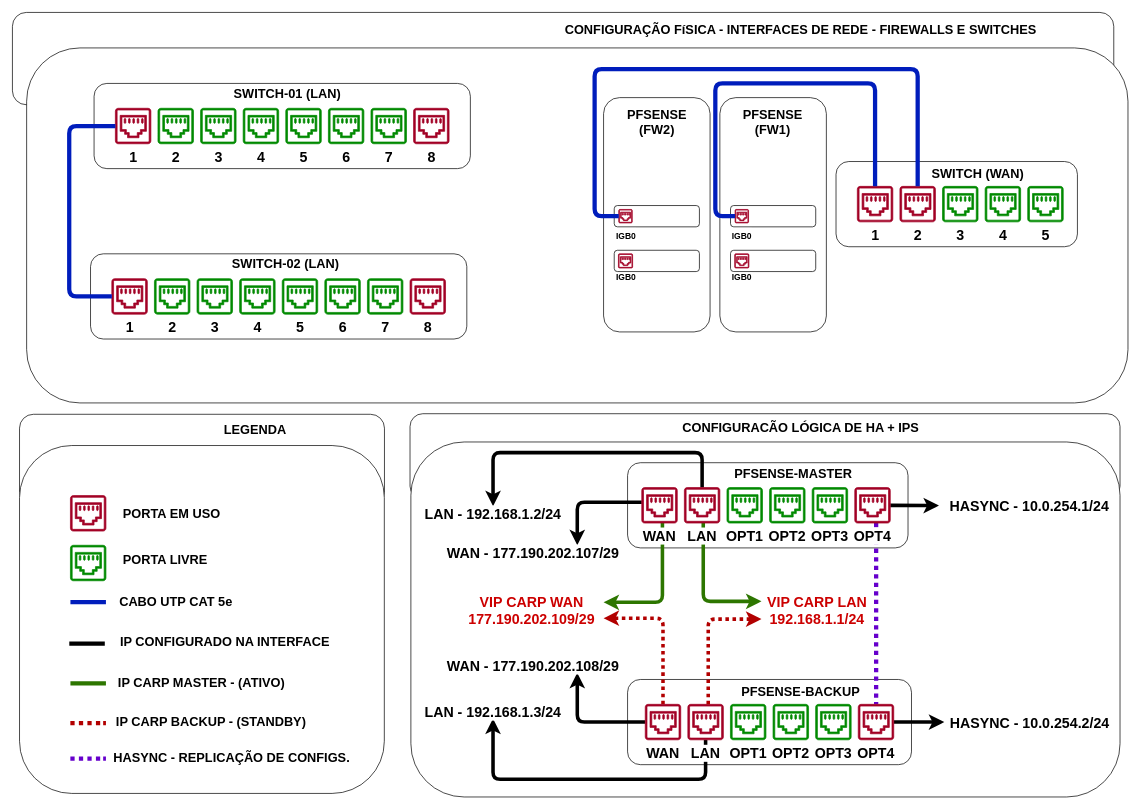
The draw.io diagram Diagrama sem nome.drawio in Igorgoncalvess/TEST, before the edit. Source tidied: cells renumbered, new cells numbered last; positions are measured from the earlier drawing's top-left corner, leaving out a move shared by most shapes. Both pictures are drawn from the tidied source at 71%, with x=0, y=0 at pixel (12, 12).
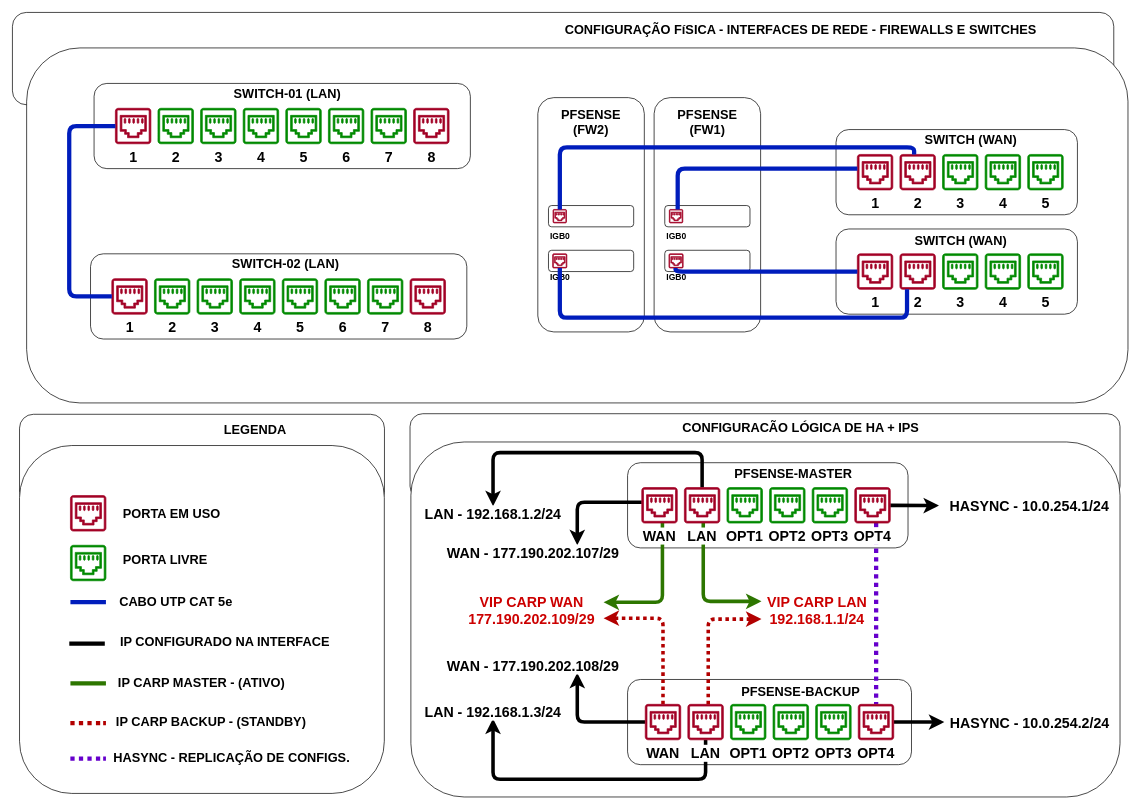
After the change.

Unchanged cells that the change refers to:
```xml
<mxCell id="96" value="IGB0" style="shadow=0;dashed=0;html=1;strokeColor=#A20025;fillColor=#a20025;labelPosition=center;verticalLabelPosition=bottom;verticalAlign=top;align=center;outlineConnect=0;shape=mxgraph.vvd.ethernet_port;fontColor=#000000;fontStyle=1;fontSize=12;labelBackgroundColor=#FFFFFF;" parent="93" vertex="1">
  <mxGeometry x="20.9" y="220" width="20" height="20" as="geometry" />
</mxCell>
<mxCell id="98" value="&lt;p style=&quot;line-height: 0%; font-size: 12px;&quot;&gt;&lt;font style=&quot;font-size: 12px;&quot;&gt;IGB0&lt;/font&gt;&lt;/p&gt;" style="shadow=0;dashed=0;html=1;strokeColor=#A20025;fillColor=#a20025;labelPosition=center;verticalLabelPosition=bottom;verticalAlign=top;align=center;outlineConnect=0;shape=mxgraph.vvd.ethernet_port;fontColor=#000000;fontStyle=1;fontSize=12;labelBackgroundColor=#FFFFFF;" parent="93" vertex="1">
  <mxGeometry x="21.4" y="157.5" width="19" height="19" as="geometry" />
</mxCell>
```

Change to the diagram source:
```diff
@@
     <mxCell id="30" style="rounded=1;whiteSpace=wrap;html=1;fontStyle=1;labelBackgroundColor=#FFFFFF;fontColor=#000000;" parent="1" vertex="1">
-      <mxGeometry x="1160" y="210" width="340" height="120" as="geometry" />
+      <mxGeometry x="1160" y="165" width="340" height="120" as="geometry" />
     </mxCell>
     <mxCell id="31" value="1" style="shadow=0;dashed=0;html=1;strokeColor=#A20025;fillColor=#a20025;labelPosition=center;verticalLabelPosition=bottom;verticalAlign=top;align=center;outlineConnect=0;shape=mxgraph.vvd.ethernet_port;fontColor=#000000;fontStyle=1;fontSize=20;labelBackgroundColor=#FFFFFF;" parent="1" vertex="1">
-      <mxGeometry x="1190" y="245" width="50" height="50" as="geometry" />
+      <mxGeometry x="1190" y="200" width="50" height="50" as="geometry" />
     </mxCell>
     <mxCell id="32" value="3" style="shadow=0;dashed=0;html=1;strokeColor=#008A00;fillColor=#008a00;labelPosition=center;verticalLabelPosition=bottom;verticalAlign=top;align=center;shape=mxgraph.vvd.ethernet_port;fontStyle=1;fontColor=#000000;fontSize=20;labelBackgroundColor=#FFFFFF;" parent="1" vertex="1">
-      <mxGeometry x="1310" y="245" width="50" height="50" as="geometry" />
+      <mxGeometry x="1310" y="200" width="50" height="50" as="geometry" />
     </mxCell>
     <mxCell id="33" value="4" style="shadow=0;dashed=0;html=1;strokeColor=#008A00;fillColor=#008a00;labelPosition=center;verticalLabelPosition=bottom;verticalAlign=top;align=center;shape=mxgraph.vvd.ethernet_port;fontStyle=1;fontColor=#000000;fontSize=20;labelBackgroundColor=#FFFFFF;" parent="1" vertex="1">
-      <mxGeometry x="1370" y="245" width="50" height="50" as="geometry" />
+      <mxGeometry x="1370" y="200" width="50" height="50" as="geometry" />
     </mxCell>
     <mxCell id="34" value="5" style="shadow=0;dashed=0;html=1;strokeColor=#008A00;fillColor=#008a00;labelPosition=center;verticalLabelPosition=bottom;verticalAlign=top;align=center;shape=mxgraph.vvd.ethernet_port;fontColor=#000000;fontStyle=1;fontSize=20;labelBackgroundColor=#FFFFFF;" parent="1" vertex="1">
-      <mxGeometry x="1430" y="245" width="50" height="50" as="geometry" />
+      <mxGeometry x="1430" y="200" width="50" height="50" as="geometry" />
     </mxCell>
@@
     <mxCell id="86" value="2" style="shadow=0;dashed=0;html=1;strokeColor=#A20025;fillColor=#a20025;labelPosition=center;verticalLabelPosition=bottom;verticalAlign=top;align=center;outlineConnect=0;shape=mxgraph.vvd.ethernet_port;fontColor=#000000;fontStyle=1;fontSize=20;labelBackgroundColor=#FFFFFF;" parent="1" vertex="1">
-      <mxGeometry x="1250" y="245" width="50" height="50" as="geometry" />
+      <mxGeometry x="1250" y="200" width="50" height="50" as="geometry" />
     </mxCell>
     <mxCell id="87" style="rounded=1;whiteSpace=wrap;html=1;fontStyle=1;labelBackgroundColor=#FFFFFF;fontColor=#000000;" parent="1" vertex="1">
-      <mxGeometry x="832.6" y="120" width="150" height="330" as="geometry" />
+      <mxGeometry x="740" y="120" width="150" height="330" as="geometry" />
     </mxCell>
     <mxCell id="88" style="rounded=1;whiteSpace=wrap;html=1;fontStyle=1;labelBackgroundColor=#FFFFFF;fontColor=#000000;" parent="1" vertex="1">
-      <mxGeometry x="847.6" y="335" width="120" height="30" as="geometry" />
+      <mxGeometry x="755" y="335" width="120" height="30" as="geometry" />
     </mxCell>
     <mxCell id="89" value="IGB0" style="shadow=0;dashed=0;html=1;strokeColor=#A20025;fillColor=#a20025;labelPosition=center;verticalLabelPosition=bottom;verticalAlign=top;align=center;outlineConnect=0;shape=mxgraph.vvd.ethernet_port;fontColor=#000000;fontStyle=1;fontSize=12;labelBackgroundColor=#FFFFFF;" parent="1" vertex="1">
-      <mxGeometry x="853.5" y="340" width="20" height="20" as="geometry" />
+      <mxGeometry x="760.9" y="340" width="20" height="20" as="geometry" />
     </mxCell>
     <mxCell id="90" style="rounded=1;whiteSpace=wrap;html=1;fontStyle=1;labelBackgroundColor=#FFFFFF;fontColor=#000000;" parent="1" vertex="1">
-      <mxGeometry x="847.6" y="272" width="120" height="30" as="geometry" />
+      <mxGeometry x="755" y="272" width="120" height="30" as="geometry" />
     </mxCell>
     <mxCell id="91" value="&lt;p style=&quot;line-height: 0%; font-size: 12px;&quot;&gt;&lt;font style=&quot;font-size: 12px;&quot;&gt;IGB0&lt;/font&gt;&lt;/p&gt;" style="shadow=0;dashed=0;html=1;strokeColor=#A20025;fillColor=#a20025;labelPosition=center;verticalLabelPosition=bottom;verticalAlign=top;align=center;outlineConnect=0;shape=mxgraph.vvd.ethernet_port;fontColor=#000000;fontStyle=1;fontSize=12;labelBackgroundColor=#FFFFFF;" parent="1" vertex="1">
-      <mxGeometry x="854" y="277.5" width="19" height="19" as="geometry" />
+      <mxGeometry x="761.4" y="277.5" width="19" height="19" as="geometry" />
     </mxCell>
     <mxCell id="92" value="PFSENSE (FW2)" style="text;html=1;strokeColor=none;fillColor=none;align=center;verticalAlign=middle;whiteSpace=wrap;rounded=0;fontStyle=1;fontSize=18;labelBackgroundColor=#FFFFFF;fontColor=#000000;" parent="1" vertex="1">
-      <mxGeometry x="842.5" y="145" width="130" height="20" as="geometry" />
+      <mxGeometry x="750" y="145" width="130" height="20" as="geometry" />
     </mxCell>
     <mxCell id="93" style="group;" parent="1" vertex="1">
-      <mxGeometry x="996.4" y="120" width="150" height="330" as="geometry" />
+      <mxGeometry x="903.8" y="120" width="150" height="330" as="geometry" />
     </mxCell>
@@
     <mxCell id="100" style="edgeStyle=orthogonalEdgeStyle;jettySize=auto;html=1;endArrow=none;endFill=0;strokeWidth=6;fontSize=18;fillColor=#0050ef;strokeColor=#001DBC;fontStyle=1;labelBackgroundColor=#FFFFFF;fontColor=#000000;rounded=1;" parent="1" edge="1" source="31" target="98">
       <mxGeometry relative="1" as="geometry">
         <Array as="points">
-          <mxPoint x="1215" y="100" />
-          <mxPoint x="990" y="100" />
-          <mxPoint x="990" y="287" />
+          <mxPoint x="937" y="220" />
         </Array>
       </mxGeometry>
     </mxCell>
     <mxCell id="101" style="edgeStyle=orthogonalEdgeStyle;jettySize=auto;html=1;endArrow=none;endFill=0;strokeWidth=6;fontSize=18;fillColor=#0050ef;strokeColor=#001DBC;fontStyle=1;labelBackgroundColor=#FFFFFF;fontColor=#000000;rounded=1;" parent="1" edge="1" source="86" target="91">
       <mxGeometry relative="1" as="geometry">
         <Array as="points">
-          <mxPoint x="1275" y="80" />
-          <mxPoint x="820" y="80" />
-          <mxPoint x="820" y="287" />
+          <mxPoint x="1270" y="190" />
+          <mxPoint x="771" y="190" />
         </Array>
       </mxGeometry>
     </mxCell>
     <mxCell id="102" value="SWITCH (WAN)" style="text;html=1;strokeColor=none;fillColor=none;align=center;verticalAlign=middle;whiteSpace=wrap;rounded=0;fontStyle=1;fontSize=18;labelBackgroundColor=#FFFFFF;fontColor=#000000;" parent="1" vertex="1">
-      <mxGeometry x="1290" y="218" width="140" height="20" as="geometry" />
+      <mxGeometry x="1280" y="170" width="140" height="20" as="geometry" />
     </mxCell>
+    <mxCell id="103" style="rounded=1;whiteSpace=wrap;html=1;fontStyle=1;labelBackgroundColor=#FFFFFF;fontColor=#000000;" parent="1" vertex="1">
+      <mxGeometry x="1160" y="305" width="340" height="120" as="geometry" />
+    </mxCell>
+    <mxCell id="104" value="3" style="shadow=0;dashed=0;html=1;strokeColor=#008A00;fillColor=#008a00;labelPosition=center;verticalLabelPosition=bottom;verticalAlign=top;align=center;shape=mxgraph.vvd.ethernet_port;fontStyle=1;fontColor=#000000;fontSize=20;labelBackgroundColor=#FFFFFF;" parent="1" vertex="1">
+      <mxGeometry x="1310" y="340" width="50" height="50" as="geometry" />
+    </mxCell>
+    <mxCell id="105" value="4" style="shadow=0;dashed=0;html=1;strokeColor=#008A00;fillColor=#008a00;labelPosition=center;verticalLabelPosition=bottom;verticalAlign=top;align=center;shape=mxgraph.vvd.ethernet_port;fontStyle=1;fontColor=#000000;fontSize=20;labelBackgroundColor=#FFFFFF;" parent="1" vertex="1">
+      <mxGeometry x="1370" y="340" width="50" height="50" as="geometry" />
+    </mxCell>
+    <mxCell id="106" value="5" style="shadow=0;dashed=0;html=1;strokeColor=#008A00;fillColor=#008a00;labelPosition=center;verticalLabelPosition=bottom;verticalAlign=top;align=center;shape=mxgraph.vvd.ethernet_port;fontColor=#000000;fontStyle=1;fontSize=20;labelBackgroundColor=#FFFFFF;" parent="1" vertex="1">
+      <mxGeometry x="1430" y="340" width="50" height="50" as="geometry" />
+    </mxCell>
+    <mxCell id="107" value="SWITCH (WAN)" style="text;html=1;strokeColor=none;fillColor=none;align=center;verticalAlign=middle;whiteSpace=wrap;rounded=0;fontStyle=1;fontSize=18;labelBackgroundColor=#FFFFFF;fontColor=#000000;" parent="1" vertex="1">
+      <mxGeometry x="1266" y="312" width="140" height="20" as="geometry" />
+    </mxCell>
+    <mxCell id="108" value="1" style="shadow=0;dashed=0;html=1;strokeColor=#A20025;fillColor=#a20025;labelPosition=center;verticalLabelPosition=bottom;verticalAlign=top;align=center;outlineConnect=0;shape=mxgraph.vvd.ethernet_port;fontColor=#000000;fontStyle=1;fontSize=20;labelBackgroundColor=#FFFFFF;" parent="1" vertex="1">
+      <mxGeometry x="1190" y="340" width="50" height="50" as="geometry" />
+    </mxCell>
+    <mxCell id="109" value="2" style="shadow=0;dashed=0;html=1;strokeColor=#A20025;fillColor=#a20025;labelPosition=center;verticalLabelPosition=bottom;verticalAlign=top;align=center;outlineConnect=0;shape=mxgraph.vvd.ethernet_port;fontColor=#000000;fontStyle=1;fontSize=20;labelBackgroundColor=#FFFFFF;" parent="1" vertex="1">
+      <mxGeometry x="1250" y="340" width="50" height="50" as="geometry" />
+    </mxCell>
+    <mxCell id="110" style="edgeStyle=orthogonalEdgeStyle;jettySize=auto;html=1;endArrow=none;endFill=0;strokeWidth=6;fontSize=18;fillColor=#0050ef;strokeColor=#001DBC;fontStyle=1;labelBackgroundColor=#FFFFFF;fontColor=#000000;rounded=1;" parent="1" edge="1" source="109" target="89">
+      <mxGeometry relative="1" as="geometry">
+        <Array as="points">
+          <mxPoint x="1260" y="430" />
+          <mxPoint x="771" y="430" />
+        </Array>
+      </mxGeometry>
+    </mxCell>
+    <mxCell id="111" style="edgeStyle=orthogonalEdgeStyle;jettySize=auto;html=1;endArrow=none;endFill=0;strokeWidth=6;fontSize=18;fillColor=#0050ef;strokeColor=#001DBC;fontStyle=1;labelBackgroundColor=#FFFFFF;fontColor=#000000;rounded=1;" parent="1" edge="1" source="108" target="96">
+      <mxGeometry relative="1" as="geometry">
+        <Array as="points">
+          <mxPoint x="934" y="365" />
+        </Array>
+      </mxGeometry>
+    </mxCell>
```
